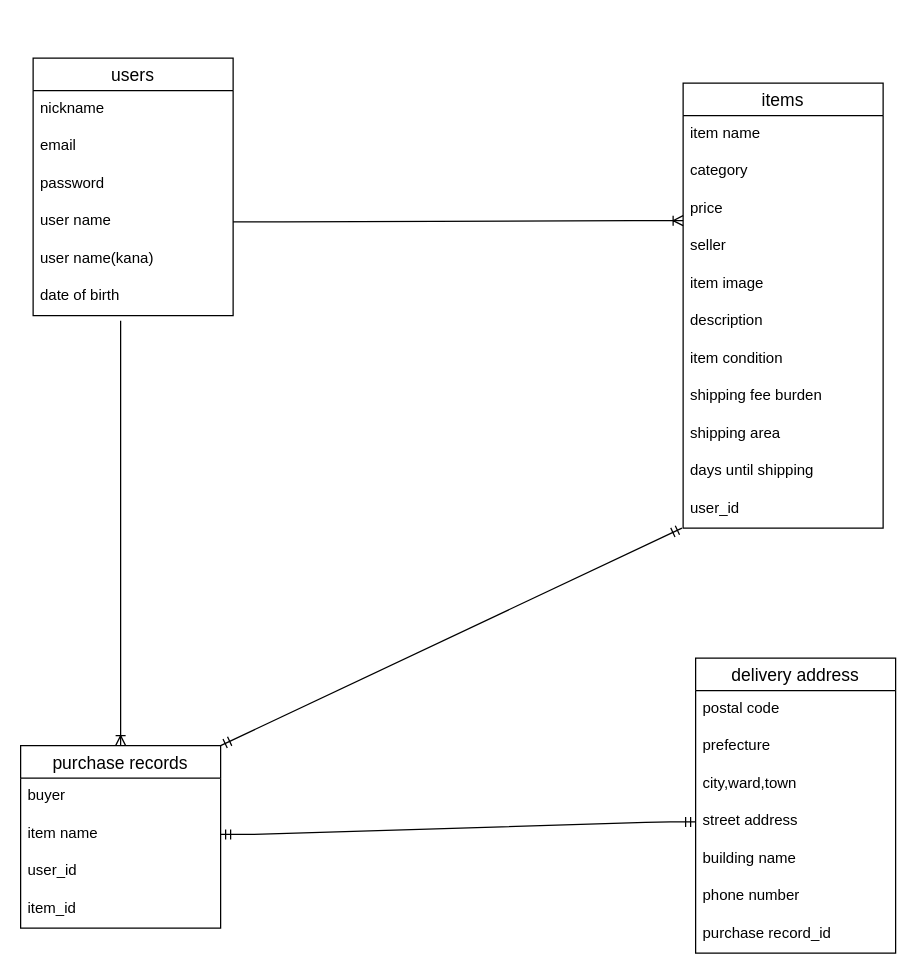
This is furima.dio from 11517k/furima-40518, a draw.io file, before an edit. Source tidied: cells renumbered, new cells numbered last; positions are measured from the earlier drawing's top-left corner, leaving out a move shared by most shapes. Both pictures are drawn from the tidied source at 125%, with x=0, y=0 at pixel (20, 58).
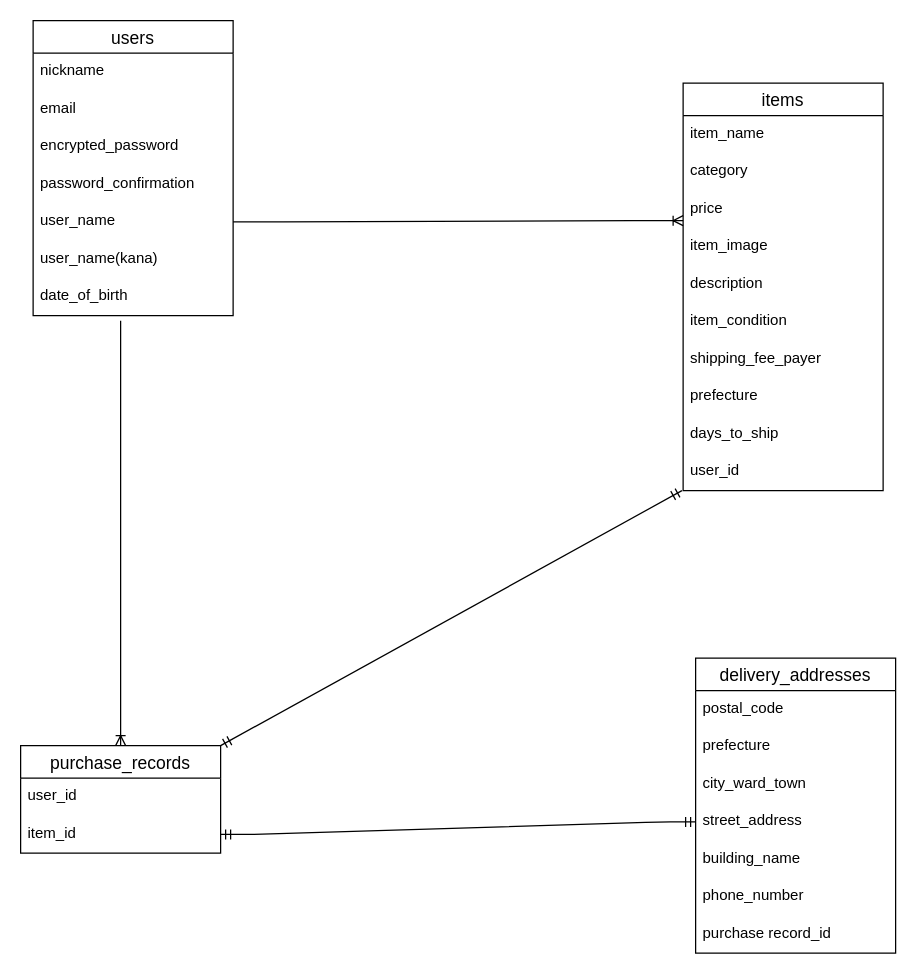
The same page after the edit.

Commit message (it also covers changes not shown here):
修正箇所の修正

The edit, as a diff of the source:
```diff
@@
     <mxCell id="2" value="users" style="swimlane;fontStyle=0;horizontal=1;startSize=26;align=center;fontSize=14;" parent="1" vertex="1">
-      <mxGeometry x="10" width="160" height="206" as="geometry" />
+      <mxGeometry x="10" y="-30" width="160" height="236" as="geometry" />
     </mxCell>
@@
-    <mxCell id="5" value="password" style="text;strokeColor=none;fillColor=none;spacingLeft=4;spacingRight=4;overflow=hidden;fontSize=12;" parent="2" vertex="1">
+    <mxCell id="5" value="encrypted_password" style="text;strokeColor=none;fillColor=none;spacingLeft=4;spacingRight=4;overflow=hidden;fontSize=12;" parent="2" vertex="1">
       <mxGeometry y="86" width="160" height="30" as="geometry" />
     </mxCell>
+    <mxCell id="38" value="password_confirmation" style="text;strokeColor=none;fillColor=none;spacingLeft=4;spacingRight=4;overflow=hidden;fontSize=12;" parent="2" vertex="1">
+      <mxGeometry y="116" width="160" height="30" as="geometry" />
+    </mxCell>
-    <mxCell id="6" value="user name" style="text;strokeColor=none;fillColor=none;spacingLeft=4;spacingRight=4;overflow=hidden;points=[[0,0.5],[1,0.5]];portConstraint=eastwest;fontSize=12;" parent="2" vertex="1">
-      <mxGeometry y="116" width="160" height="30" as="geometry" />
+    <mxCell id="6" value="user_name" style="text;strokeColor=none;fillColor=none;spacingLeft=4;spacingRight=4;overflow=hidden;points=[[0,0.5],[1,0.5]];portConstraint=eastwest;fontSize=12;" parent="2" vertex="1">
+      <mxGeometry y="146" width="160" height="30" as="geometry" />
     </mxCell>
-    <mxCell id="7" value="user name(kana)" style="text;strokeColor=none;fillColor=none;spacingLeft=4;spacingRight=4;overflow=hidden;fontSize=12;" parent="2" vertex="1">
-      <mxGeometry y="146" width="160" height="30" as="geometry" />
+    <mxCell id="7" value="user_name(kana)" style="text;strokeColor=none;fillColor=none;spacingLeft=4;spacingRight=4;overflow=hidden;fontSize=12;" parent="2" vertex="1">
+      <mxGeometry y="176" width="160" height="30" as="geometry" />
     </mxCell>
-    <mxCell id="8" value="date of birth" style="text;strokeColor=none;fillColor=none;spacingLeft=4;spacingRight=4;overflow=hidden;fontSize=12;" parent="2" vertex="1">
-      <mxGeometry y="176" width="160" height="30" as="geometry" />
+    <mxCell id="8" value="date_of_birth" style="text;strokeColor=none;fillColor=none;spacingLeft=4;spacingRight=4;overflow=hidden;fontSize=12;" parent="2" vertex="1">
+      <mxGeometry y="206" width="160" height="30" as="geometry" />
     </mxCell>
     <mxCell id="9" value="items" style="swimlane;fontStyle=0;horizontal=1;startSize=26;align=center;fontSize=14;" parent="1" vertex="1">
-      <mxGeometry x="530" y="20" width="160" height="356" as="geometry" />
+      <mxGeometry x="530" y="20" width="160" height="326" as="geometry" />
     </mxCell>
-    <mxCell id="10" value="item name" style="text;strokeColor=none;fillColor=none;spacingLeft=4;spacingRight=4;overflow=hidden;fontSize=12;" parent="9" vertex="1">
+    <mxCell id="10" value="item_name" style="text;strokeColor=none;fillColor=none;spacingLeft=4;spacingRight=4;overflow=hidden;fontSize=12;" parent="9" vertex="1">
       <mxGeometry y="26" width="160" height="30" as="geometry" />
     </mxCell>
@@
-    <mxCell id="13" value="seller" style="text;strokeColor=none;fillColor=none;spacingLeft=4;spacingRight=4;overflow=hidden;fontSize=12;" parent="9" vertex="1">
-      <mxGeometry y="116" width="160" height="30" as="geometry" />
-    </mxCell>
-    <mxCell id="14" value="item image" style="text;strokeColor=none;fillColor=none;spacingLeft=4;spacingRight=4;overflow=hidden;fontSize=12;" parent="9" vertex="1">
-      <mxGeometry y="146" width="160" height="30" as="geometry" />
+    <mxCell id="14" value="item_image" style="text;strokeColor=none;fillColor=none;spacingLeft=4;spacingRight=4;overflow=hidden;fontSize=12;" parent="9" vertex="1">
+      <mxGeometry y="116" width="160" height="30" as="geometry" />
     </mxCell>
     <mxCell id="15" value="description" style="text;strokeColor=none;fillColor=none;spacingLeft=4;spacingRight=4;overflow=hidden;fontSize=12;" parent="9" vertex="1">
-      <mxGeometry y="176" width="160" height="30" as="geometry" />
+      <mxGeometry y="146" width="160" height="30" as="geometry" />
     </mxCell>
-    <mxCell id="16" value="item condition" style="text;strokeColor=none;fillColor=none;spacingLeft=4;spacingRight=4;overflow=hidden;fontSize=12;" parent="9" vertex="1">
-      <mxGeometry y="206" width="160" height="30" as="geometry" />
+    <mxCell id="16" value="item_condition" style="text;strokeColor=none;fillColor=none;spacingLeft=4;spacingRight=4;overflow=hidden;fontSize=12;" parent="9" vertex="1">
+      <mxGeometry y="176" width="160" height="30" as="geometry" />
     </mxCell>
-    <mxCell id="17" value="shipping fee burden" style="text;strokeColor=none;fillColor=none;spacingLeft=4;spacingRight=4;overflow=hidden;fontSize=12;" parent="9" vertex="1">
-      <mxGeometry y="236" width="160" height="30" as="geometry" />
+    <mxCell id="17" value="shipping_fee_payer" style="text;strokeColor=none;fillColor=none;spacingLeft=4;spacingRight=4;overflow=hidden;fontSize=12;" parent="9" vertex="1">
+      <mxGeometry y="206" width="160" height="30" as="geometry" />
     </mxCell>
-    <mxCell id="18" value="shipping area" style="text;strokeColor=none;fillColor=none;spacingLeft=4;spacingRight=4;overflow=hidden;fontSize=12;" parent="9" vertex="1">
-      <mxGeometry y="266" width="160" height="30" as="geometry" />
+    <mxCell id="18" value="prefecture" style="text;strokeColor=none;fillColor=none;spacingLeft=4;spacingRight=4;overflow=hidden;fontSize=12;" parent="9" vertex="1">
+      <mxGeometry y="236" width="160" height="30" as="geometry" />
     </mxCell>
-    <mxCell id="19" value="days until shipping" style="text;strokeColor=none;fillColor=none;spacingLeft=4;spacingRight=4;overflow=hidden;fontSize=12;" parent="9" vertex="1">
-      <mxGeometry y="296" width="160" height="30" as="geometry" />
+    <mxCell id="19" value="days_to_ship" style="text;strokeColor=none;fillColor=none;spacingLeft=4;spacingRight=4;overflow=hidden;fontSize=12;" parent="9" vertex="1">
+      <mxGeometry y="266" width="160" height="30" as="geometry" />
     </mxCell>
     <mxCell id="20" value="user_id" style="text;strokeColor=none;fillColor=none;spacingLeft=4;spacingRight=4;overflow=hidden;points=[[0,0.5],[1,0.5]];portConstraint=eastwest;fontSize=12;" parent="9" vertex="1">
-      <mxGeometry y="326" width="160" height="30" as="geometry" />
+      <mxGeometry y="296" width="160" height="30" as="geometry" />
     </mxCell>
-    <mxCell id="21" value="delivery address" style="swimlane;fontStyle=0;horizontal=1;startSize=26;align=center;fontSize=14;" parent="1" vertex="1">
+    <mxCell id="21" value="delivery_addresses" style="swimlane;fontStyle=0;horizontal=1;startSize=26;align=center;fontSize=14;" parent="1" vertex="1">
       <mxGeometry x="540" y="480" width="160" height="236" as="geometry" />
     </mxCell>
-    <mxCell id="22" value="postal code" style="text;strokeColor=none;fillColor=none;spacingLeft=4;spacingRight=4;overflow=hidden;fontSize=12;" parent="21" vertex="1">
+    <mxCell id="22" value="postal_code" style="text;strokeColor=none;fillColor=none;spacingLeft=4;spacingRight=4;overflow=hidden;fontSize=12;" parent="21" vertex="1">
       <mxGeometry y="26" width="160" height="30" as="geometry" />
     </mxCell>
@@
-    <mxCell id="24" value="city,ward,town" style="text;strokeColor=none;fillColor=none;spacingLeft=4;spacingRight=4;overflow=hidden;fontSize=12;" parent="21" vertex="1">
+    <mxCell id="24" value="city_ward_town" style="text;strokeColor=none;fillColor=none;spacingLeft=4;spacingRight=4;overflow=hidden;fontSize=12;" parent="21" vertex="1">
       <mxGeometry y="86" width="160" height="30" as="geometry" />
     </mxCell>
-    <mxCell id="25" value="street address" style="text;strokeColor=none;fillColor=none;spacingLeft=4;spacingRight=4;overflow=hidden;points=[[0,0.5],[1,0.5]];portConstraint=eastwest;fontSize=12;" parent="21" vertex="1">
+    <mxCell id="25" value="street_address" style="text;strokeColor=none;fillColor=none;spacingLeft=4;spacingRight=4;overflow=hidden;points=[[0,0.5],[1,0.5]];portConstraint=eastwest;fontSize=12;" parent="21" vertex="1">
       <mxGeometry y="116" width="160" height="30" as="geometry" />
     </mxCell>
-    <mxCell id="26" value="building name" style="text;strokeColor=none;fillColor=none;spacingLeft=4;spacingRight=4;overflow=hidden;fontSize=12;" parent="21" vertex="1">
+    <mxCell id="26" value="building_name" style="text;strokeColor=none;fillColor=none;spacingLeft=4;spacingRight=4;overflow=hidden;fontSize=12;" parent="21" vertex="1">
       <mxGeometry y="146" width="160" height="30" as="geometry" />
     </mxCell>
-    <mxCell id="27" value="phone number" style="text;strokeColor=none;fillColor=none;spacingLeft=4;spacingRight=4;overflow=hidden;fontSize=12;" parent="21" vertex="1">
+    <mxCell id="27" value="phone_number" style="text;strokeColor=none;fillColor=none;spacingLeft=4;spacingRight=4;overflow=hidden;fontSize=12;" parent="21" vertex="1">
       <mxGeometry y="176" width="160" height="30" as="geometry" />
     </mxCell>
@@
-    <mxCell id="29" value="purchase records" style="swimlane;fontStyle=0;horizontal=1;startSize=26;align=center;fontSize=14;glass=0;swimlaneLine=1;" parent="1" vertex="1">
-      <mxGeometry y="550" width="160" height="146" as="geometry" />
+    <mxCell id="29" value="purchase_records" style="swimlane;fontStyle=0;horizontal=1;startSize=26;align=center;fontSize=14;glass=0;swimlaneLine=1;" parent="1" vertex="1">
+      <mxGeometry y="550" width="160" height="86" as="geometry" />
     </mxCell>
-    <mxCell id="30" value="buyer" style="text;strokeColor=none;fillColor=none;spacingLeft=4;spacingRight=4;overflow=hidden;fontSize=12;" parent="29" vertex="1">
-      <mxGeometry y="26" width="160" height="30" as="geometry" />
-    </mxCell>
-    <mxCell id="31" value="item name" style="text;strokeColor=none;fillColor=none;spacingLeft=4;spacingRight=4;overflow=hidden;points=[[0,0.5],[1,0.5]];portConstraint=eastwest;fontSize=12;" parent="29" vertex="1">
-      <mxGeometry y="56" width="160" height="30" as="geometry" />
-    </mxCell>
     <mxCell id="32" value="user_id" style="text;strokeColor=none;fillColor=none;spacingLeft=4;spacingRight=4;overflow=hidden;fontSize=12;" parent="29" vertex="1">
-      <mxGeometry y="86" width="160" height="30" as="geometry" />
+      <mxGeometry y="26" width="160" height="30" as="geometry" />
     </mxCell>
     <mxCell id="33" value="item_id" style="text;strokeColor=none;fillColor=none;spacingLeft=4;spacingRight=4;overflow=hidden;fontSize=12;" parent="29" vertex="1">
-      <mxGeometry y="116" width="160" height="30" as="geometry" />
+      <mxGeometry y="56" width="160" height="30" as="geometry" />
     </mxCell>
@@
-    <mxCell id="37" style="edgeStyle=entityRelationEdgeStyle;fontSize=12;html=1;endArrow=ERmandOne;startArrow=ERmandOne;rounded=1;entryX=0;entryY=0.5;entryDx=0;entryDy=0;exitX=1;exitY=0.5;exitDx=0;exitDy=0;" parent="1" edge="1" source="31" target="25">
-      <mxGeometry relative="1" as="geometry" />
+    <mxCell id="37" style="edgeStyle=entityRelationEdgeStyle;fontSize=12;html=1;endArrow=ERmandOne;startArrow=ERmandOne;rounded=1;entryX=0;entryY=0.5;entryDx=0;entryDy=0;exitX=1;exitY=0.5;exitDx=0;exitDy=0;" parent="1" edge="1" target="25">
+      <mxGeometry relative="1" as="geometry">
+        <mxPoint x="160" y="621" as="sourcePoint" />
+      </mxGeometry>
     </mxCell>
```
